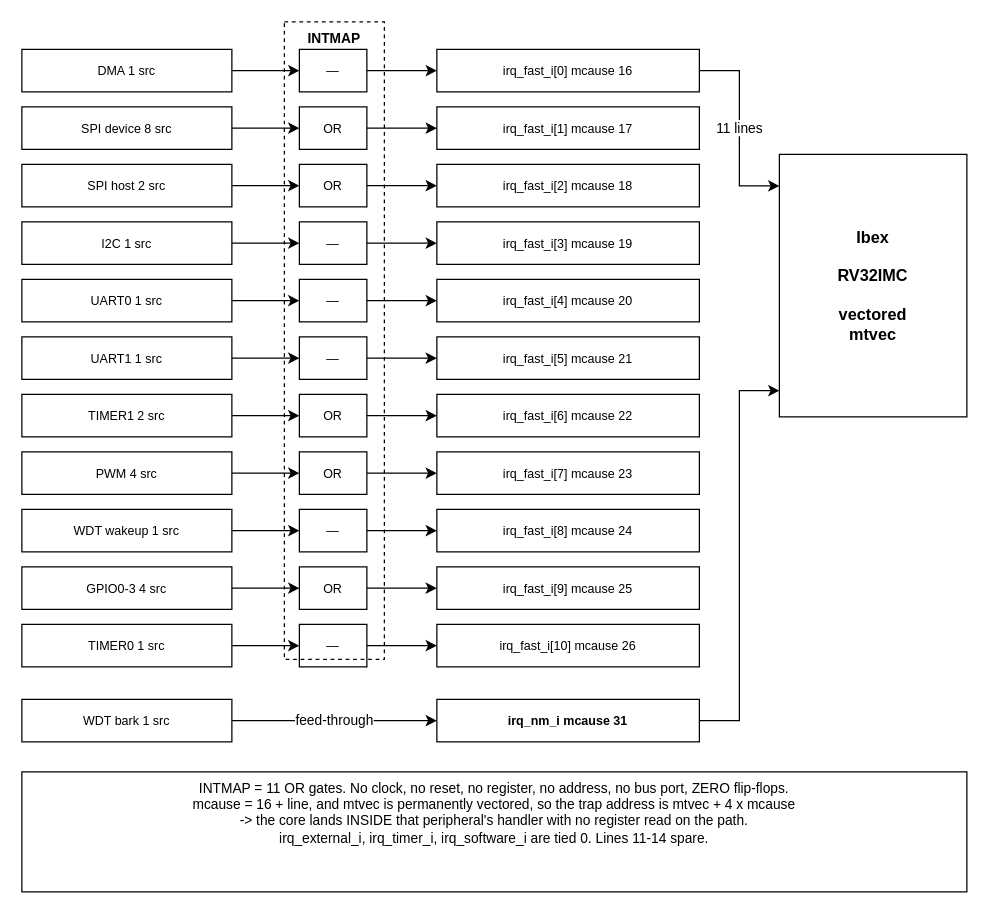
quynhonsemiconductor/vlsi_deep_training keeps this draw.io diagram as page 1 of 2 of doc/drawio/QNSC_Interrupt_Map.drawio. Above is the earlier version. Source tidied: cells renumbered, new cells numbered last; positions are measured from the earlier drawing's top-left corner, leaving out a move shared by most shapes. Both pictures are drawn from the tidied source at 125%, with x=0, y=0 at pixel (21, 21).
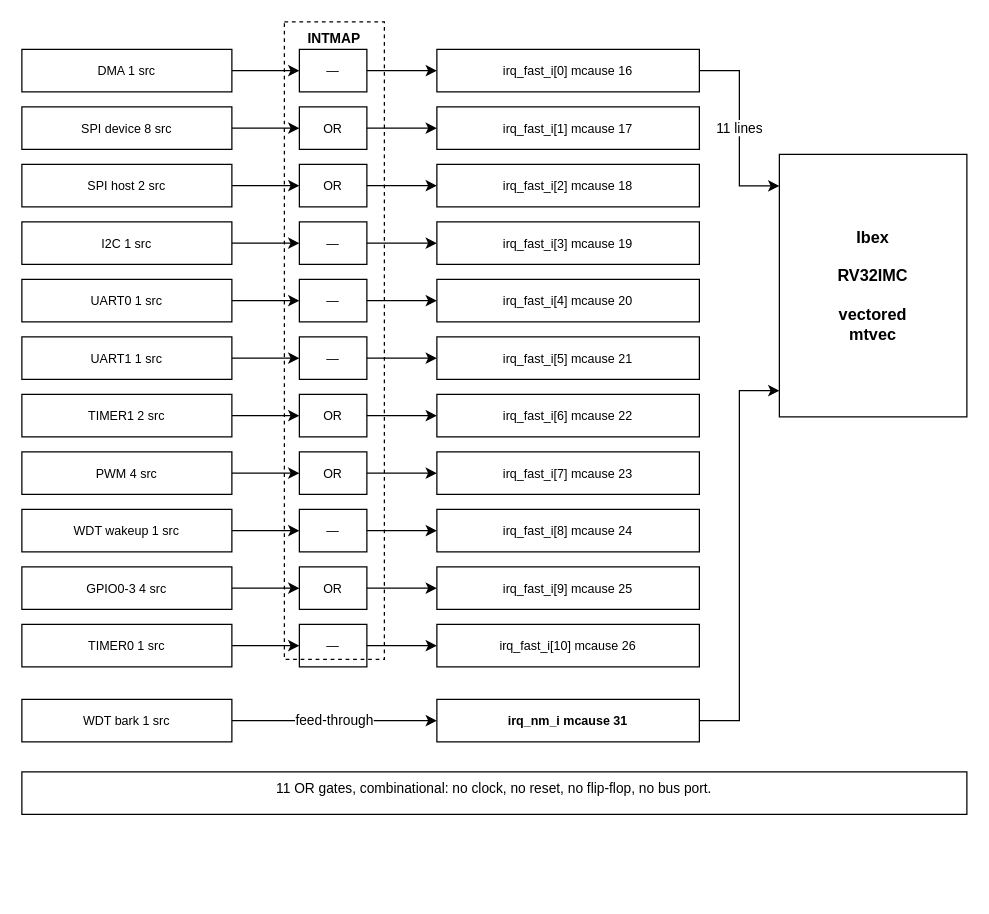
Above is the later version.

What changed in the source:
```diff
@@
-    <mxCell id="39" value="INTMAP = 11 OR gates. No clock, no reset, no register, no address, no bus port, ZERO flip-flops.&#10;mcause = 16 + line, and mtvec is permanently vectored, so the trap address is mtvec + 4 x mcause&#10;-&gt; the core lands INSIDE that peripheral's handler with no register read on the path.&#10;irq_external_i, irq_timer_i, irq_software_i are tied 0.  Lines 11-14 spare." style="rounded=0;whiteSpace=wrap;html=1;fillColor=#ffffff;strokeColor=#000000;fontSize=11;dashed=0;verticalAlign=top;" parent="1" vertex="1">
-      <mxGeometry y="600" width="756" height="96" as="geometry" />
+    <mxCell id="39" value="11 OR gates, combinational: no clock, no reset, no flip-flop, no bus port." style="rounded=0;whiteSpace=wrap;html=1;fillColor=#ffffff;strokeColor=#000000;fontSize=11;dashed=0;verticalAlign=top;" parent="1" vertex="1">
+      <mxGeometry y="600" width="756" height="34" as="geometry" />
     </mxCell>
```
